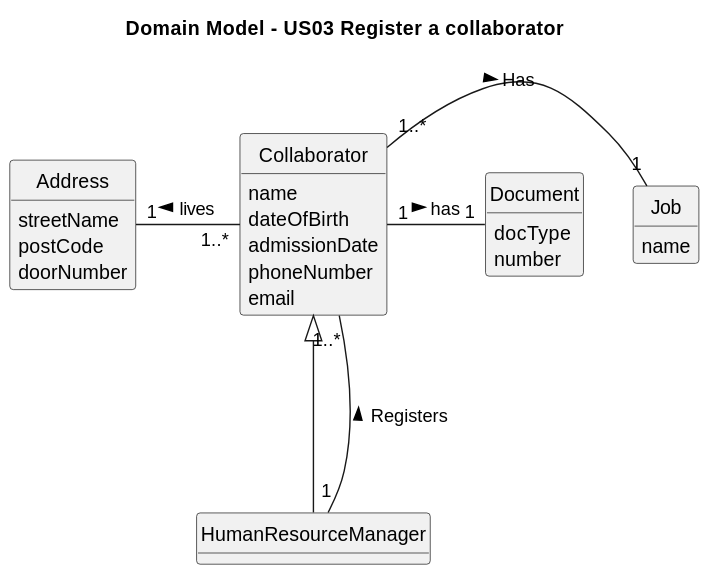
Before: docs/sprint2/us03/02.analysis/svg/us03-domain-model.svg, a diagram exported from PlantUML (Departamento-de-Engenharia-Informatica/lei-24-s2-1db-g022).
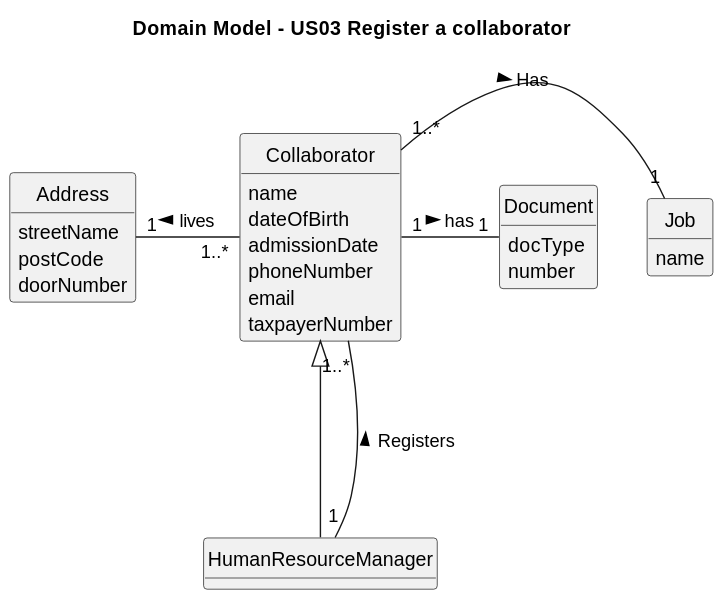
The same diagram one commit later.

Diff of the diagram source:
```diff
@@ -17,6 +17,7 @@
     admissionDate
     phoneNumber
     email
+    taxpayerNumber
 }
 
 class Job{
@@ -35,7 +36,6 @@
 }
 
 Collaborator  <|---  HumanResourceManager
-
 HumanResourceManager "1" --- "1..*" Collaborator : Registers >
 Collaborator "1..*" - "1" Job : Has >
 Address "1" - "1..*" Collaborator : < lives
```
